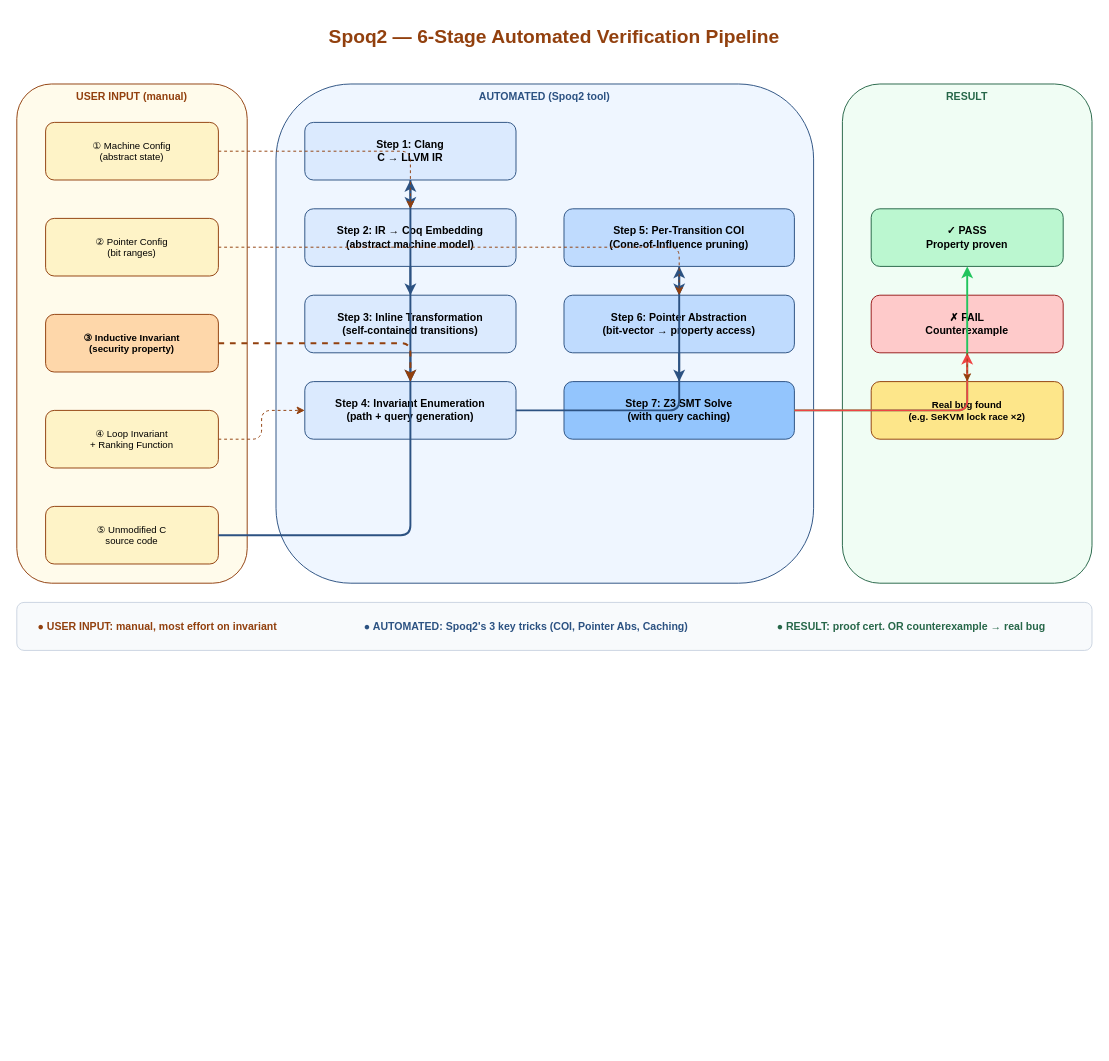
Above: spoq2-asplos2026/spoq2-pipeline.drawio in nydad/ai-report (draw.io), before the change. Source tidied: cells renumbered, new cells numbered last; positions are measured from the earlier drawing's top-left corner, leaving out a move shared by most shapes. Both pictures are drawn from the tidied source at 96%, with x=0, y=0 at pixel (16, 16).
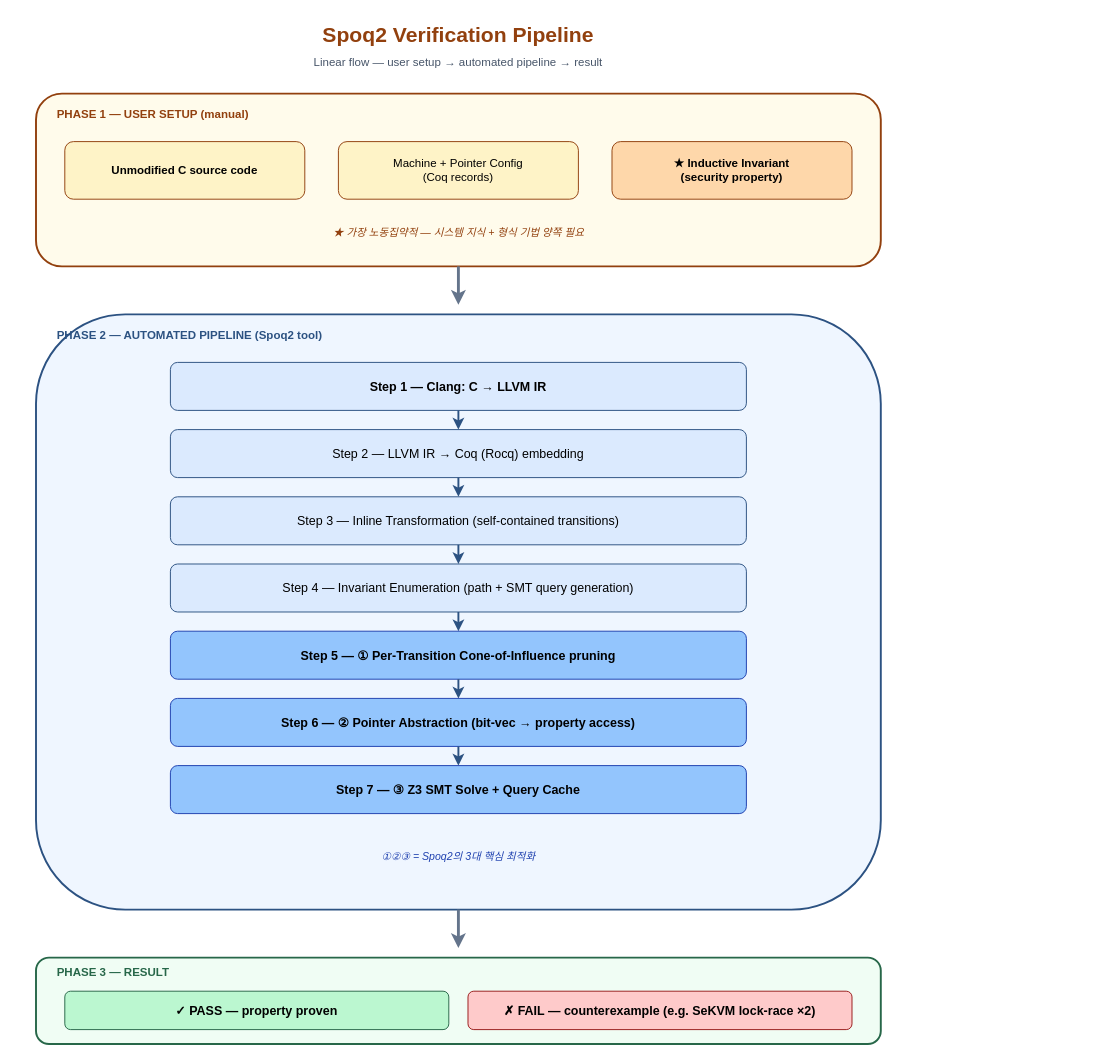
The same diagram, later.

Commit message (it also covers changes not shown here):
Restructure report to top-down summary + expand blocks, fix diagram routing

- Top of page: one-line verdict, 30-second summary table, core recommendations
- Body collapsed into 6 expand blocks (tech core, evaluation+code, SE review,
  DevOps integration, competitive+business, risks+glossary)
- Reduced vertical length; scannable in under 1 minute without expanding
- Pipeline diagram redrawn as clean vertical linear flow (3 phases, no edge
  crossings over cards)

Diff of the diagram source:
```diff
@@
-    <mxCell id="2" value="Spoq2 — 6-Stage Automated Verification Pipeline" style="text;html=1;strokeColor=none;fillColor=none;align=center;verticalAlign=middle;whiteSpace=wrap;rounded=0;fontSize=20;fontStyle=1;fontColor=#92400e;" parent="1" vertex="1">
-      <mxGeometry x="160" width="800" height="40" as="geometry" />
+    <mxCell id="2" value="Spoq2 Verification Pipeline" style="text;html=1;strokeColor=none;fillColor=none;align=center;verticalAlign=middle;whiteSpace=wrap;fontSize=22;fontStyle=1;fontColor=#92400e;" parent="1" vertex="1">
+      <mxGeometry x="160" width="600" height="40" as="geometry" />
     </mxCell>
-    <mxCell id="3" value="USER INPUT (manual)" style="rounded=1;whiteSpace=wrap;html=1;fillColor=#fffbeb;strokeColor=#92400e;fontColor=#92400e;fontStyle=1;verticalAlign=top;fontSize=11;" parent="1" vertex="1">
-      <mxGeometry y="70" width="240" height="520" as="geometry" />
-    </mxCell>
-    <mxCell id="4" value="AUTOMATED (Spoq2 tool)" style="rounded=1;whiteSpace=wrap;html=1;fillColor=#eff6ff;strokeColor=#2c5282;fontColor=#2c5282;fontStyle=1;verticalAlign=top;fontSize=11;" parent="1" vertex="1">
-      <mxGeometry x="270" y="70" width="560" height="520" as="geometry" />
-    </mxCell>
-    <mxCell id="5" value="RESULT" style="rounded=1;whiteSpace=wrap;html=1;fillColor=#f0fdf4;strokeColor=#276749;fontColor=#276749;fontStyle=1;verticalAlign=top;fontSize=11;" parent="1" vertex="1">
-      <mxGeometry x="860" y="70" width="260" height="520" as="geometry" />
-    </mxCell>
-    <mxCell id="6" value="① Machine Config&#10;(abstract state)" style="rounded=1;whiteSpace=wrap;html=1;fillColor=#fef3c7;strokeColor=#92400e;fontSize=10;" parent="1" vertex="1">
-      <mxGeometry x="30" y="110" width="180" height="60" as="geometry" />
-    </mxCell>
-    <mxCell id="7" value="② Pointer Config&#10;(bit ranges)" style="rounded=1;whiteSpace=wrap;html=1;fillColor=#fef3c7;strokeColor=#92400e;fontSize=10;" parent="1" vertex="1">
-      <mxGeometry x="30" y="210" width="180" height="60" as="geometry" />
-    </mxCell>
-    <mxCell id="8" value="③ Inductive Invariant&#10;(security property)" style="rounded=1;whiteSpace=wrap;html=1;fillColor=#fed7aa;strokeColor=#92400e;fontSize=10;fontStyle=1;" parent="1" vertex="1">
-      <mxGeometry x="30" y="310" width="180" height="60" as="geometry" />
-    </mxCell>
-    <mxCell id="9" value="④ Loop Invariant&#10;+ Ranking Function" style="rounded=1;whiteSpace=wrap;html=1;fillColor=#fef3c7;strokeColor=#92400e;fontSize=10;" parent="1" vertex="1">
-      <mxGeometry x="30" y="410" width="180" height="60" as="geometry" />
-    </mxCell>
-    <mxCell id="10" value="⑤ Unmodified C&#10;source code" style="rounded=1;whiteSpace=wrap;html=1;fillColor=#fef3c7;strokeColor=#92400e;fontSize=10;" parent="1" vertex="1">
-      <mxGeometry x="30" y="510" width="180" height="60" as="geometry" />
-    </mxCell>
+    <mxCell id="39" value="Linear flow — user setup → automated pipeline → result" style="text;html=1;strokeColor=none;fillColor=none;align=center;verticalAlign=middle;whiteSpace=wrap;fontSize=12;fontColor=#475569;" parent="1" vertex="1">
+      <mxGeometry x="160" y="38" width="600" height="20" as="geometry" />
+    </mxCell>
+    <mxCell id="40" style="rounded=1;whiteSpace=wrap;html=1;fillColor=#fffbeb;strokeColor=#92400e;strokeWidth=2;" parent="1" vertex="1">
+      <mxGeometry x="20" y="80" width="880" height="180" as="geometry" />
+    </mxCell>
+    <mxCell id="41" value="PHASE 1 — USER SETUP (manual)" style="text;html=1;strokeColor=none;fillColor=none;align=left;verticalAlign=middle;fontSize=12;fontStyle=1;fontColor=#92400e;" parent="1" vertex="1">
+      <mxGeometry x="40" y="90" width="400" height="24" as="geometry" />
+    </mxCell>
+    <mxCell id="42" value="Unmodified C source code" style="rounded=1;whiteSpace=wrap;html=1;fillColor=#fef3c7;strokeColor=#92400e;fontSize=12;fontStyle=1;" parent="1" vertex="1">
+      <mxGeometry x="50" y="130" width="250" height="60" as="geometry" />
+    </mxCell>
+    <mxCell id="43" value="Machine + Pointer Config&#10;(Coq records)" style="rounded=1;whiteSpace=wrap;html=1;fillColor=#fef3c7;strokeColor=#92400e;fontSize=12;" parent="1" vertex="1">
+      <mxGeometry x="335" y="130" width="250" height="60" as="geometry" />
+    </mxCell>
+    <mxCell id="44" value="★ Inductive Invariant&#10;(security property)" style="rounded=1;whiteSpace=wrap;html=1;fillColor=#fed7aa;strokeColor=#92400e;fontSize=12;fontStyle=1;" parent="1" vertex="1">
+      <mxGeometry x="620" y="130" width="250" height="60" as="geometry" />
+    </mxCell>
+    <mxCell id="45" value="★ 가장 노동집약적 — 시스템 지식 + 형식 기법 양쪽 필요" style="text;html=1;strokeColor=none;fillColor=none;align=center;verticalAlign=middle;fontSize=11;fontStyle=2;fontColor=#92400e;" parent="1" vertex="1">
+      <mxGeometry x="40" y="210" width="840" height="30" as="geometry" />
+    </mxCell>
+    <mxCell id="46" style="edgeStyle=none;rounded=0;html=1;endArrow=classic;endFill=1;strokeColor=#64748b;strokeWidth=3;" parent="1" edge="1">
+      <mxGeometry relative="1" as="geometry">
+        <mxPoint x="460" y="260" as="sourcePoint" />
+        <mxPoint x="460" y="300" as="targetPoint" />
+      </mxGeometry>
+    </mxCell>
+    <mxCell id="47" style="rounded=1;whiteSpace=wrap;html=1;fillColor=#eff6ff;strokeColor=#2c5282;strokeWidth=2;" parent="1" vertex="1">
+      <mxGeometry x="20" y="310" width="880" height="620" as="geometry" />
+    </mxCell>
+    <mxCell id="48" value="PHASE 2 — AUTOMATED PIPELINE (Spoq2 tool)" style="text;html=1;strokeColor=none;fillColor=none;align=left;verticalAlign=middle;fontSize=12;fontStyle=1;fontColor=#2c5282;" parent="1" vertex="1">
+      <mxGeometry x="40" y="320" width="500" height="24" as="geometry" />
+    </mxCell>
-    <mxCell id="11" value="Step 1: Clang&#10;C → LLVM IR" style="rounded=1;whiteSpace=wrap;html=1;fillColor=#dbeafe;strokeColor=#2c5282;fontSize=11;fontStyle=1;" parent="1" vertex="1">
-      <mxGeometry x="300" y="110" width="220" height="60" as="geometry" />
+    <mxCell id="11" value="Step 1 — Clang:   C  →  LLVM IR" style="rounded=1;whiteSpace=wrap;html=1;fillColor=#dbeafe;strokeColor=#2c5282;fontSize=13;fontStyle=1;" parent="1" vertex="1">
+      <mxGeometry x="160" y="360" width="600" height="50" as="geometry" />
     </mxCell>
+    <mxCell id="22" style="edgeStyle=none;rounded=0;html=1;endArrow=classic;endFill=1;strokeColor=#2c5282;strokeWidth=2;exitX=0.5;exitY=1;entryX=0.5;entryY=0;" parent="1" edge="1" source="11" target="12">
+      <mxGeometry relative="1" as="geometry" />
+    </mxCell>
-    <mxCell id="12" value="Step 2: IR → Coq Embedding&#10;(abstract machine model)" style="rounded=1;whiteSpace=wrap;html=1;fillColor=#dbeafe;strokeColor=#2c5282;fontSize=11;fontStyle=1;" parent="1" vertex="1">
-      <mxGeometry x="300" y="200" width="220" height="60" as="geometry" />
+    <mxCell id="12" value="Step 2 — LLVM IR  →  Coq (Rocq) embedding" style="rounded=1;whiteSpace=wrap;html=1;fillColor=#dbeafe;strokeColor=#2c5282;fontSize=13;" parent="1" vertex="1">
+      <mxGeometry x="160" y="430" width="600" height="50" as="geometry" />
     </mxCell>
+    <mxCell id="23" style="edgeStyle=none;rounded=0;html=1;endArrow=classic;endFill=1;strokeColor=#2c5282;strokeWidth=2;exitX=0.5;exitY=1;entryX=0.5;entryY=0;" parent="1" edge="1" source="12" target="13">
+      <mxGeometry relative="1" as="geometry" />
+    </mxCell>
-    <mxCell id="13" value="Step 3: Inline Transformation&#10;(self-contained transitions)" style="rounded=1;whiteSpace=wrap;html=1;fillColor=#dbeafe;strokeColor=#2c5282;fontSize=11;fontStyle=1;" parent="1" vertex="1">
-      <mxGeometry x="300" y="290" width="220" height="60" as="geometry" />
+    <mxCell id="13" value="Step 3 — Inline Transformation (self-contained transitions)" style="rounded=1;whiteSpace=wrap;html=1;fillColor=#dbeafe;strokeColor=#2c5282;fontSize=13;" parent="1" vertex="1">
+      <mxGeometry x="160" y="500" width="600" height="50" as="geometry" />
     </mxCell>
+    <mxCell id="24" style="edgeStyle=none;rounded=0;html=1;endArrow=classic;endFill=1;strokeColor=#2c5282;strokeWidth=2;exitX=0.5;exitY=1;entryX=0.5;entryY=0;" parent="1" edge="1" source="13" target="14">
+      <mxGeometry relative="1" as="geometry" />
+    </mxCell>
-    <mxCell id="14" value="Step 4: Invariant Enumeration&#10;(path + query generation)" style="rounded=1;whiteSpace=wrap;html=1;fillColor=#dbeafe;strokeColor=#2c5282;fontSize=11;fontStyle=1;" parent="1" vertex="1">
-      <mxGeometry x="300" y="380" width="220" height="60" as="geometry" />
+    <mxCell id="14" value="Step 4 — Invariant Enumeration (path + SMT query generation)" style="rounded=1;whiteSpace=wrap;html=1;fillColor=#dbeafe;strokeColor=#2c5282;fontSize=13;" parent="1" vertex="1">
+      <mxGeometry x="160" y="570" width="600" height="50" as="geometry" />
     </mxCell>
+    <mxCell id="25" style="edgeStyle=none;rounded=0;html=1;endArrow=classic;endFill=1;strokeColor=#2c5282;strokeWidth=2;exitX=0.5;exitY=1;entryX=0.5;entryY=0;" parent="1" edge="1" source="14" target="15">
+      <mxGeometry relative="1" as="geometry" />
+    </mxCell>
-    <mxCell id="15" value="Step 5: Per-Transition COI&#10;(Cone-of-Influence pruning)" style="rounded=1;whiteSpace=wrap;html=1;fillColor=#bfdbfe;strokeColor=#2c5282;fontSize=11;fontStyle=1;" parent="1" vertex="1">
-      <mxGeometry x="570" y="200" width="240" height="60" as="geometry" />
+    <mxCell id="15" value="Step 5 — ① Per-Transition Cone-of-Influence pruning" style="rounded=1;whiteSpace=wrap;html=1;fillColor=#93c5fd;strokeColor=#1e40af;fontSize=13;fontStyle=1;" parent="1" vertex="1">
+      <mxGeometry x="160" y="640" width="600" height="50" as="geometry" />
     </mxCell>
+    <mxCell id="26" style="edgeStyle=none;rounded=0;html=1;endArrow=classic;endFill=1;strokeColor=#2c5282;strokeWidth=2;exitX=0.5;exitY=1;entryX=0.5;entryY=0;" parent="1" edge="1" source="15" target="16">
+      <mxGeometry relative="1" as="geometry" />
+    </mxCell>
-    <mxCell id="16" value="Step 6: Pointer Abstraction&#10;(bit-vector → property access)" style="rounded=1;whiteSpace=wrap;html=1;fillColor=#bfdbfe;strokeColor=#2c5282;fontSize=11;fontStyle=1;" parent="1" vertex="1">
-      <mxGeometry x="570" y="290" width="240" height="60" as="geometry" />
+    <mxCell id="16" value="Step 6 — ② Pointer Abstraction (bit-vec → property access)" style="rounded=1;whiteSpace=wrap;html=1;fillColor=#93c5fd;strokeColor=#1e40af;fontSize=13;fontStyle=1;" parent="1" vertex="1">
+      <mxGeometry x="160" y="710" width="600" height="50" as="geometry" />
     </mxCell>
+    <mxCell id="27" style="edgeStyle=none;rounded=0;html=1;endArrow=classic;endFill=1;strokeColor=#2c5282;strokeWidth=2;exitX=0.5;exitY=1;entryX=0.5;entryY=0;" parent="1" edge="1" source="16" target="17">
+      <mxGeometry relative="1" as="geometry" />
+    </mxCell>
-    <mxCell id="17" value="Step 7: Z3 SMT Solve&#10;(with query caching)" style="rounded=1;whiteSpace=wrap;html=1;fillColor=#93c5fd;strokeColor=#2c5282;fontSize=11;fontStyle=1;" parent="1" vertex="1">
-      <mxGeometry x="570" y="380" width="240" height="60" as="geometry" />
+    <mxCell id="17" value="Step 7 — ③ Z3 SMT Solve  +  Query Cache" style="rounded=1;whiteSpace=wrap;html=1;fillColor=#93c5fd;strokeColor=#1e40af;fontSize=13;fontStyle=1;" parent="1" vertex="1">
+      <mxGeometry x="160" y="780" width="600" height="50" as="geometry" />
     </mxCell>
-    <mxCell id="18" value="✓ PASS&#10;Property proven" style="rounded=1;whiteSpace=wrap;html=1;fillColor=#bbf7d0;strokeColor=#276749;fontSize=11;fontStyle=1;" parent="1" vertex="1">
-      <mxGeometry x="890" y="200" width="200" height="60" as="geometry" />
-    </mxCell>
-    <mxCell id="19" value="✗ FAIL&#10;Counterexample" style="rounded=1;whiteSpace=wrap;html=1;fillColor=#fecaca;strokeColor=#991b1b;fontSize=11;fontStyle=1;" parent="1" vertex="1">
-      <mxGeometry x="890" y="290" width="200" height="60" as="geometry" />
-    </mxCell>
-    <mxCell id="20" value="Real bug found&#10;(e.g. SeKVM lock race ×2)" style="rounded=1;whiteSpace=wrap;html=1;fillColor=#fde68a;strokeColor=#92400e;fontSize=10;fontStyle=1;" parent="1" vertex="1">
-      <mxGeometry x="890" y="380" width="200" height="60" as="geometry" />
-    </mxCell>
-    <mxCell id="21" style="edgeStyle=orthogonalEdgeStyle;rounded=1;html=1;endArrow=classic;strokeColor=#2c5282;strokeWidth=2;" parent="1" edge="1" source="10" target="11">
-      <mxGeometry relative="1" as="geometry" />
-    </mxCell>
-    <mxCell id="22" style="edgeStyle=orthogonalEdgeStyle;rounded=1;html=1;endArrow=classic;strokeColor=#2c5282;strokeWidth=2;" parent="1" edge="1" source="11" target="12">
-      <mxGeometry relative="1" as="geometry" />
-    </mxCell>
-    <mxCell id="23" style="edgeStyle=orthogonalEdgeStyle;rounded=1;html=1;endArrow=classic;strokeColor=#2c5282;strokeWidth=2;" parent="1" edge="1" source="12" target="13">
-      <mxGeometry relative="1" as="geometry" />
-    </mxCell>
-    <mxCell id="24" style="edgeStyle=orthogonalEdgeStyle;rounded=1;html=1;endArrow=classic;strokeColor=#2c5282;strokeWidth=2;" parent="1" edge="1" source="13" target="14">
-      <mxGeometry relative="1" as="geometry" />
-    </mxCell>
-    <mxCell id="25" style="edgeStyle=orthogonalEdgeStyle;rounded=1;html=1;endArrow=classic;strokeColor=#2c5282;strokeWidth=2;" parent="1" edge="1" source="14" target="15">
-      <mxGeometry relative="1" as="geometry" />
-    </mxCell>
-    <mxCell id="26" style="edgeStyle=orthogonalEdgeStyle;rounded=1;html=1;endArrow=classic;strokeColor=#2c5282;strokeWidth=2;" parent="1" edge="1" source="15" target="16">
-      <mxGeometry relative="1" as="geometry" />
-    </mxCell>
-    <mxCell id="27" style="edgeStyle=orthogonalEdgeStyle;rounded=1;html=1;endArrow=classic;strokeColor=#2c5282;strokeWidth=2;" parent="1" edge="1" source="16" target="17">
-      <mxGeometry relative="1" as="geometry" />
-    </mxCell>
-    <mxCell id="28" style="edgeStyle=orthogonalEdgeStyle;rounded=1;html=1;endArrow=classic;strokeColor=#22c55e;strokeWidth=2;" parent="1" edge="1" source="17" target="18">
-      <mxGeometry relative="1" as="geometry" />
-    </mxCell>
-    <mxCell id="29" style="edgeStyle=orthogonalEdgeStyle;rounded=1;html=1;endArrow=classic;strokeColor=#ef4444;strokeWidth=2;" parent="1" edge="1" source="17" target="19">
-      <mxGeometry relative="1" as="geometry" />
-    </mxCell>
-    <mxCell id="30" style="edgeStyle=orthogonalEdgeStyle;rounded=1;html=1;endArrow=classic;strokeColor=#92400e;strokeWidth=1;dashed=1;" parent="1" edge="1" source="19" target="20">
-      <mxGeometry relative="1" as="geometry" />
-    </mxCell>
-    <mxCell id="31" style="edgeStyle=orthogonalEdgeStyle;rounded=1;html=1;endArrow=classic;strokeColor=#92400e;strokeWidth=1;dashed=1;" parent="1" edge="1" source="6" target="12">
-      <mxGeometry relative="1" as="geometry" />
-    </mxCell>
-    <mxCell id="32" style="edgeStyle=orthogonalEdgeStyle;rounded=1;html=1;endArrow=classic;strokeColor=#92400e;strokeWidth=1;dashed=1;" parent="1" edge="1" source="7" target="16">
-      <mxGeometry relative="1" as="geometry" />
-    </mxCell>
-    <mxCell id="33" style="edgeStyle=orthogonalEdgeStyle;rounded=1;html=1;endArrow=classic;strokeColor=#92400e;strokeWidth=2;dashed=1;" parent="1" edge="1" source="8" target="14">
-      <mxGeometry relative="1" as="geometry" />
-    </mxCell>
-    <mxCell id="34" style="edgeStyle=orthogonalEdgeStyle;rounded=1;html=1;endArrow=classic;strokeColor=#92400e;strokeWidth=1;dashed=1;" parent="1" edge="1" source="9" target="14">
-      <mxGeometry relative="1" as="geometry" />
-    </mxCell>
-    <mxCell id="35" style="rounded=1;whiteSpace=wrap;html=1;fillColor=#f8fafc;strokeColor=#cbd5e1;" parent="1" vertex="1">
-      <mxGeometry y="610" width="1120" height="50" as="geometry" />
-    </mxCell>
-    <mxCell id="36" value="● USER INPUT: manual, most effort on invariant" style="text;html=1;strokeColor=none;fillColor=none;align=left;verticalAlign=middle;fontSize=11;fontColor=#92400e;fontStyle=1;" parent="1" vertex="1">
-      <mxGeometry x="20" y="620" width="330" height="30" as="geometry" />
-    </mxCell>
-    <mxCell id="37" value="● AUTOMATED: Spoq2's 3 key tricks (COI, Pointer Abs, Caching)" style="text;html=1;strokeColor=none;fillColor=none;align=left;verticalAlign=middle;fontSize=11;fontColor=#2c5282;fontStyle=1;" parent="1" vertex="1">
-      <mxGeometry x="360" y="620" width="420" height="30" as="geometry" />
-    </mxCell>
-    <mxCell id="38" value="● RESULT: proof cert. OR counterexample → real bug" style="text;html=1;strokeColor=none;fillColor=none;align=left;verticalAlign=middle;fontSize=11;fontColor=#276749;fontStyle=1;" parent="1" vertex="1">
-      <mxGeometry x="790" y="620" width="330" height="30" as="geometry" />
-    </mxCell>
+    <mxCell id="49" value="①②③ = Spoq2의 3대 핵심 최적화" style="text;html=1;strokeColor=none;fillColor=none;align=center;verticalAlign=middle;fontSize=11;fontStyle=2;fontColor=#1e40af;" parent="1" vertex="1">
+      <mxGeometry x="40" y="860" width="840" height="30" as="geometry" />
+    </mxCell>
+    <mxCell id="50" style="edgeStyle=none;rounded=0;html=1;endArrow=classic;endFill=1;strokeColor=#64748b;strokeWidth=3;" parent="1" edge="1">
+      <mxGeometry relative="1" as="geometry">
+        <mxPoint x="460" y="930" as="sourcePoint" />
+        <mxPoint x="460" y="970" as="targetPoint" />
+      </mxGeometry>
+    </mxCell>
+    <mxCell id="51" style="rounded=1;whiteSpace=wrap;html=1;fillColor=#f0fdf4;strokeColor=#276749;strokeWidth=2;" parent="1" vertex="1">
+      <mxGeometry x="20" y="980" width="880" height="90" as="geometry" />
+    </mxCell>
+    <mxCell id="52" value="PHASE 3 — RESULT" style="text;html=1;strokeColor=none;fillColor=none;align=left;verticalAlign=middle;fontSize=12;fontStyle=1;fontColor=#276749;" parent="1" vertex="1">
+      <mxGeometry x="40" y="986" width="300" height="20" as="geometry" />
+    </mxCell>
+    <mxCell id="53" value="✓ PASS — property proven" style="rounded=1;whiteSpace=wrap;html=1;fillColor=#bbf7d0;strokeColor=#276749;fontSize=13;fontStyle=1;" parent="1" vertex="1">
+      <mxGeometry x="50" y="1015" width="400" height="40" as="geometry" />
+    </mxCell>
+    <mxCell id="54" value="✗ FAIL — counterexample (e.g. SeKVM lock-race ×2)" style="rounded=1;whiteSpace=wrap;html=1;fillColor=#fecaca;strokeColor=#991b1b;fontSize=13;fontStyle=1;" parent="1" vertex="1">
+      <mxGeometry x="470" y="1015" width="400" height="40" as="geometry" />
+    </mxCell>
```
